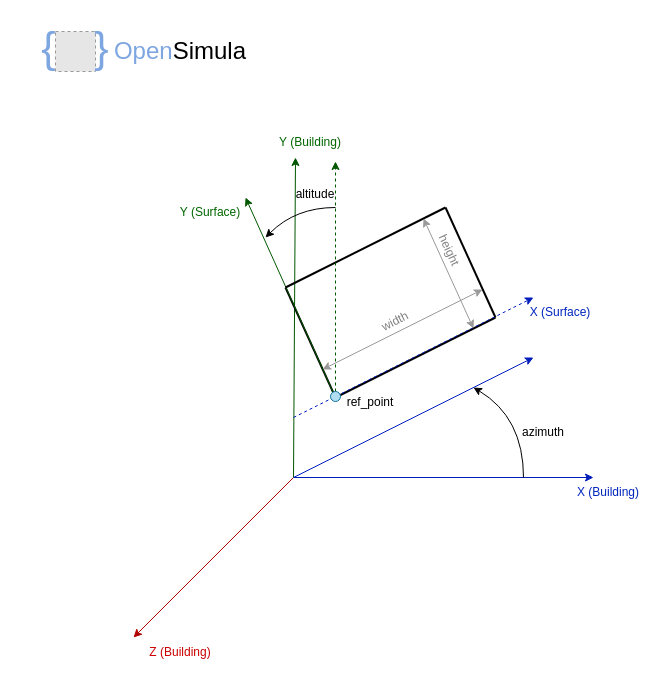
Before: page "Página-2" (2 of 4) of docs/logos/Coordinate system.drawio in jfCoronel/OpenSimula, a draw.io diagram. Source tidied: cells renumbered, new cells numbered last; positions are measured from the earlier drawing's top-left corner, leaving out a move shared by most shapes. Both pictures are drawn from the tidied source at 100%, with x=0, y=0 at pixel (17, 17). Pictures stored in the file or linked from it are replaced by grey dashed boxes.
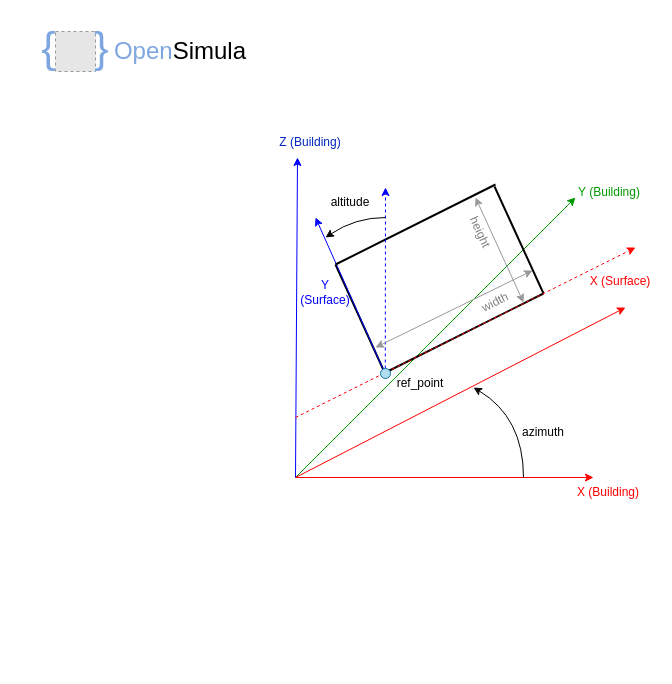
After the change.

The edit, as a diff of the source:
```diff
@@
-    <mxCell id="2" style="endArrow=classic;html=1;rounded=0;fillColor=#0050ef;strokeColor=#001DBC;" parent="1" edge="1">
+    <mxCell id="2" style="endArrow=classic;html=1;rounded=0;fillColor=#0050ef;strokeColor=#FF0000;" parent="1" edge="1">
       <mxGeometry relative="1" as="geometry">
-        <mxPoint x="276" y="460" as="sourcePoint" />
+        <mxPoint x="278" y="460" as="sourcePoint" />
         <mxPoint x="576" y="460" as="targetPoint" />
       </mxGeometry>
     </mxCell>
-    <mxCell id="3" style="endArrow=classic;html=1;rounded=0;fillColor=#e51400;strokeColor=#B20000;" parent="1" edge="1">
+    <mxCell id="3" style="endArrow=classic;html=1;rounded=0;fillColor=#e51400;strokeColor=#009900;" parent="1" edge="1">
       <mxGeometry relative="1" as="geometry">
-        <mxPoint x="276" y="460" as="sourcePoint" />
-        <mxPoint x="116" y="620" as="targetPoint" />
+        <mxPoint x="278" y="460" as="sourcePoint" />
+        <mxPoint x="558" y="180" as="targetPoint" />
       </mxGeometry>
     </mxCell>
-    <mxCell id="4" style="endArrow=classic;html=1;rounded=0;fillColor=#008a00;strokeColor=#005700;" parent="1" edge="1">
+    <mxCell id="4" style="endArrow=classic;html=1;rounded=0;fillColor=#008a00;strokeColor=#0000FF;" parent="1" edge="1">
       <mxGeometry relative="1" as="geometry">
-        <mxPoint x="276" y="460" as="sourcePoint" />
-        <mxPoint x="278" y="140" as="targetPoint" />
+        <mxPoint x="278" y="460" as="sourcePoint" />
+        <mxPoint x="280" y="140" as="targetPoint" />
       </mxGeometry>
     </mxCell>
-    <mxCell id="5" value="&lt;font color=&quot;#006600&quot;&gt;Y (Building)&lt;/font&gt;" style="text;strokeColor=none;align=center;fillColor=none;html=1;verticalAlign=middle;whiteSpace=wrap;rounded=0;fontColor=#0026bd;" parent="1" vertex="1">
+    <mxCell id="5" value="&lt;font&gt;Z (Building)&lt;/font&gt;" style="text;strokeColor=none;align=center;fillColor=none;html=1;verticalAlign=middle;whiteSpace=wrap;rounded=0;fontColor=#0026BD;" parent="1" vertex="1">
       <mxGeometry x="258" y="110" width="70" height="30" as="geometry" />
     </mxCell>
-    <mxCell id="6" style="endArrow=classic;html=1;rounded=0;fillColor=#0050ef;strokeColor=#001DBC;" parent="1" edge="1">
+    <mxCell id="6" style="endArrow=classic;html=1;rounded=0;fillColor=#0050ef;strokeColor=#FF0000;" parent="1" edge="1">
       <mxGeometry relative="1" as="geometry">
-        <mxPoint x="276" y="460" as="sourcePoint" />
-        <mxPoint x="516" y="340" as="targetPoint" />
+        <mxPoint x="278" y="460" as="sourcePoint" />
+        <mxPoint x="608" y="290" as="targetPoint" />
       </mxGeometry>
     </mxCell>
@@
-    <mxCell id="8" value="X (Building)" style="text;strokeColor=none;align=center;fillColor=none;html=1;verticalAlign=middle;whiteSpace=wrap;rounded=0;fontColor=#0026bd;" parent="1" vertex="1">
+    <mxCell id="8" value="X (Building)" style="text;strokeColor=none;align=center;fillColor=none;html=1;verticalAlign=middle;whiteSpace=wrap;rounded=0;fontColor=#FF0000;" parent="1" vertex="1">
       <mxGeometry x="556" y="460" width="70" height="30" as="geometry" />
     </mxCell>
-    <mxCell id="9" value="&lt;font color=&quot;#cc0000&quot;&gt;Z (Building)&lt;/font&gt;" style="text;strokeColor=none;align=center;fillColor=none;html=1;verticalAlign=middle;whiteSpace=wrap;rounded=0;fontColor=#0026bd;" parent="1" vertex="1">
-      <mxGeometry x="127" y="620" width="72" height="30" as="geometry" />
+    <mxCell id="9" value="&lt;font&gt;Y (Building)&lt;/font&gt;" style="text;strokeColor=none;align=center;fillColor=none;html=1;verticalAlign=middle;whiteSpace=wrap;rounded=0;fontColor=#009900;" parent="1" vertex="1">
+      <mxGeometry x="556" y="160" width="72" height="30" as="geometry" />
     </mxCell>
@@
     <mxCell id="11" style="endArrow=none;html=1;rounded=0;fillColor=#0050ef;strokeColor=#000000;endFill=0;endSize=6;sourcePerimeterSpacing=1;strokeWidth=2;" parent="1" edge="1">
       <mxGeometry relative="1" as="geometry">
-        <mxPoint x="318" y="380" as="sourcePoint" />
-        <mxPoint x="478" y="300" as="targetPoint" />
+        <mxPoint x="366" y="356" as="sourcePoint" />
+        <mxPoint x="526" y="276" as="targetPoint" />
       </mxGeometry>
     </mxCell>
     <mxCell id="12" style="endArrow=none;html=1;rounded=0;fillColor=#0050ef;strokeColor=#000000;endFill=0;strokeWidth=2;" parent="1" edge="1">
       <mxGeometry relative="1" as="geometry">
-        <mxPoint x="318" y="380" as="sourcePoint" />
-        <mxPoint x="268" y="270" as="targetPoint" />
+        <mxPoint x="368" y="357" as="sourcePoint" />
+        <mxPoint x="318" y="247" as="targetPoint" />
       </mxGeometry>
     </mxCell>
-    <mxCell id="13" style="endArrow=classic;html=1;rounded=0;fillColor=#008a00;strokeColor=#005700;strokeWidth=1;" parent="1" edge="1">
+    <mxCell id="13" style="endArrow=classic;html=1;rounded=0;fillColor=#008a00;strokeColor=#0000FF;strokeWidth=1;fontColor=#0000FF;" parent="1" edge="1">
       <mxGeometry relative="1" as="geometry">
-        <mxPoint x="318" y="380" as="sourcePoint" />
-        <mxPoint x="228" y="180" as="targetPoint" />
+        <mxPoint x="368" y="357" as="sourcePoint" />
+        <mxPoint x="298" y="200" as="targetPoint" />
       </mxGeometry>
     </mxCell>
     <mxCell id="14" style="endArrow=none;html=1;rounded=0;fillColor=#0050ef;strokeColor=#000000;endFill=0;endSize=6;sourcePerimeterSpacing=1;strokeWidth=2;" parent="1" edge="1">
       <mxGeometry relative="1" as="geometry">
-        <mxPoint x="268" y="270" as="sourcePoint" />
-        <mxPoint x="428" y="190" as="targetPoint" />
+        <mxPoint x="318" y="247" as="sourcePoint" />
+        <mxPoint x="478" y="167" as="targetPoint" />
       </mxGeometry>
     </mxCell>
     <mxCell id="15" style="endArrow=none;html=1;rounded=0;fillColor=#0050ef;strokeColor=#000000;endFill=0;strokeWidth=2;" parent="1" edge="1">
       <mxGeometry relative="1" as="geometry">
-        <mxPoint x="478" y="300" as="sourcePoint" />
-        <mxPoint x="428" y="190" as="targetPoint" />
+        <mxPoint x="526" y="276" as="sourcePoint" />
+        <mxPoint x="477" y="169" as="targetPoint" />
       </mxGeometry>
     </mxCell>
-    <mxCell id="16" style="endArrow=classic;html=1;rounded=0;fillColor=#0050ef;strokeColor=#001DBC;dashed=1;" parent="1" edge="1">
+    <mxCell id="16" style="endArrow=classic;html=1;rounded=0;fillColor=#0050ef;strokeColor=#FF0000;dashed=1;" parent="1" edge="1">
       <mxGeometry relative="1" as="geometry">
-        <mxPoint x="276" y="400" as="sourcePoint" />
-        <mxPoint x="516" y="280" as="targetPoint" />
+        <mxPoint x="278" y="400" as="sourcePoint" />
+        <mxPoint x="618" y="230" as="targetPoint" />
       </mxGeometry>
     </mxCell>
-    <mxCell id="17" style="endArrow=classic;html=1;rounded=0;fillColor=#008a00;strokeColor=#005700;dashed=1;" parent="1" edge="1">
+    <mxCell id="17" style="endArrow=classic;html=1;rounded=0;fillColor=#008a00;strokeColor=#0000FF;dashed=1;" parent="1" edge="1">
       <mxGeometry relative="1" as="geometry">
-        <mxPoint x="318" y="374" as="sourcePoint" />
-        <mxPoint x="318" y="144" as="targetPoint" />
+        <mxPoint x="367.8" y="351" as="sourcePoint" />
+        <mxPoint x="368" y="170" as="targetPoint" />
       </mxGeometry>
     </mxCell>
     <mxCell id="18" style="ellipse;whiteSpace=wrap;html=1;fillColor=#b1ddf0;strokeColor=#10739e;" parent="1" vertex="1">
-      <mxGeometry x="313" y="374" width="10" height="10" as="geometry" />
+      <mxGeometry x="363" y="351" width="10" height="10" as="geometry" />
     </mxCell>
     <mxCell id="19" style="curved=1;endArrow=classic;html=1;rounded=0;endFill=1;" parent="1" edge="1">
       <mxGeometry relative="1" as="geometry">
-        <mxPoint x="318" y="190" as="sourcePoint" />
-        <mxPoint x="248" y="220" as="targetPoint" />
+        <mxPoint x="368" y="200" as="sourcePoint" />
+        <mxPoint x="308" y="220" as="targetPoint" />
         <Array as="points">
-          <mxPoint x="278" y="190" />
+          <mxPoint x="338" y="200" />
         </Array>
       </mxGeometry>
     </mxCell>
-    <mxCell id="20" value="X (Surface)" style="text;strokeColor=none;align=center;fillColor=none;html=1;verticalAlign=middle;whiteSpace=wrap;rounded=0;fontColor=#0026bd;" parent="1" vertex="1">
-      <mxGeometry x="508" y="280" width="70" height="30" as="geometry" />
+    <mxCell id="20" value="X (Surface)" style="text;strokeColor=none;align=center;fillColor=none;html=1;verticalAlign=middle;whiteSpace=wrap;rounded=0;fontColor=#FF0000;" parent="1" vertex="1">
+      <mxGeometry x="568" y="249" width="70" height="30" as="geometry" />
     </mxCell>
-    <mxCell id="21" value="&lt;font color=&quot;#006600&quot;&gt;Y (Surface)&lt;/font&gt;" style="text;strokeColor=none;align=center;fillColor=none;html=1;verticalAlign=middle;whiteSpace=wrap;rounded=0;fontColor=#0026bd;" parent="1" vertex="1">
-      <mxGeometry x="148" y="180" width="90" height="30" as="geometry" />
+    <mxCell id="21" value="&lt;font&gt;Y (Surface)&lt;/font&gt;" style="text;strokeColor=none;align=center;fillColor=none;html=1;verticalAlign=middle;whiteSpace=wrap;rounded=0;fontColor=#0000FF;textShadow=0;" parent="1" vertex="1">
+      <mxGeometry x="288" y="260" width="40" height="30" as="geometry" />
     </mxCell>
     <mxCell id="22" value="altitude" style="text;strokeColor=none;align=center;fillColor=none;html=1;verticalAlign=middle;whiteSpace=wrap;rounded=0;" parent="1" vertex="1">
-      <mxGeometry x="268" y="162" width="60" height="30" as="geometry" />
+      <mxGeometry x="303" y="170" width="60" height="30" as="geometry" />
     </mxCell>
     <mxCell id="23" value="ref_point" style="text;strokeColor=none;align=center;fillColor=none;html=1;verticalAlign=middle;whiteSpace=wrap;rounded=0;" parent="1" vertex="1">
-      <mxGeometry x="323" y="370" width="60" height="30" as="geometry" />
+      <mxGeometry x="373" y="351" width="60" height="30" as="geometry" />
     </mxCell>
     <mxCell id="24" style="endArrow=classic;startArrow=classic;html=1;rounded=0;strokeColor=#999999;" parent="1" edge="1">
       <mxGeometry relative="1" as="geometry">
-        <mxPoint x="305" y="352" as="sourcePoint" />
-        <mxPoint x="465" y="272" as="targetPoint" />
+        <mxPoint x="358" y="330" as="sourcePoint" />
+        <mxPoint x="515" y="253" as="targetPoint" />
       </mxGeometry>
     </mxCell>
-    <mxCell id="25" style="endArrow=classic;startArrow=classic;html=1;rounded=0;strokeColor=#999999;" parent="1" edge="1">
+    <mxCell id="25" style="endArrow=classic;startArrow=classic;html=1;rounded=0;strokeColor=#999999;exitX=0.916;exitY=0.924;exitDx=0;exitDy=0;exitPerimeter=0;" parent="1" edge="1" source="26">
       <mxGeometry relative="1" as="geometry">
-        <mxPoint x="456" y="311" as="sourcePoint" />
-        <mxPoint x="406" y="201" as="targetPoint" />
+        <mxPoint x="458" y="180" as="targetPoint" />
       </mxGeometry>
     </mxCell>
     <mxCell id="26" value="&lt;font color=&quot;#808080&quot;&gt;width&lt;/font&gt;" style="text;strokeColor=none;align=center;fillColor=none;html=1;verticalAlign=middle;whiteSpace=wrap;rounded=0;rotation=-27;" parent="1" vertex="1">
-      <mxGeometry x="348" y="289" width="60" height="30" as="geometry" />
+      <mxGeometry x="448" y="270" width="60" height="30" as="geometry" />
     </mxCell>
     <mxCell id="27" value="&lt;font color=&quot;#808080&quot;&gt;height&lt;/font&gt;" style="text;strokeColor=none;align=center;fillColor=none;html=1;verticalAlign=middle;whiteSpace=wrap;rounded=0;rotation=65;" parent="1" vertex="1">
-      <mxGeometry x="402" y="218" width="60" height="30" as="geometry" />
+      <mxGeometry x="433" y="200" width="60" height="30" as="geometry" />
     </mxCell>
```
